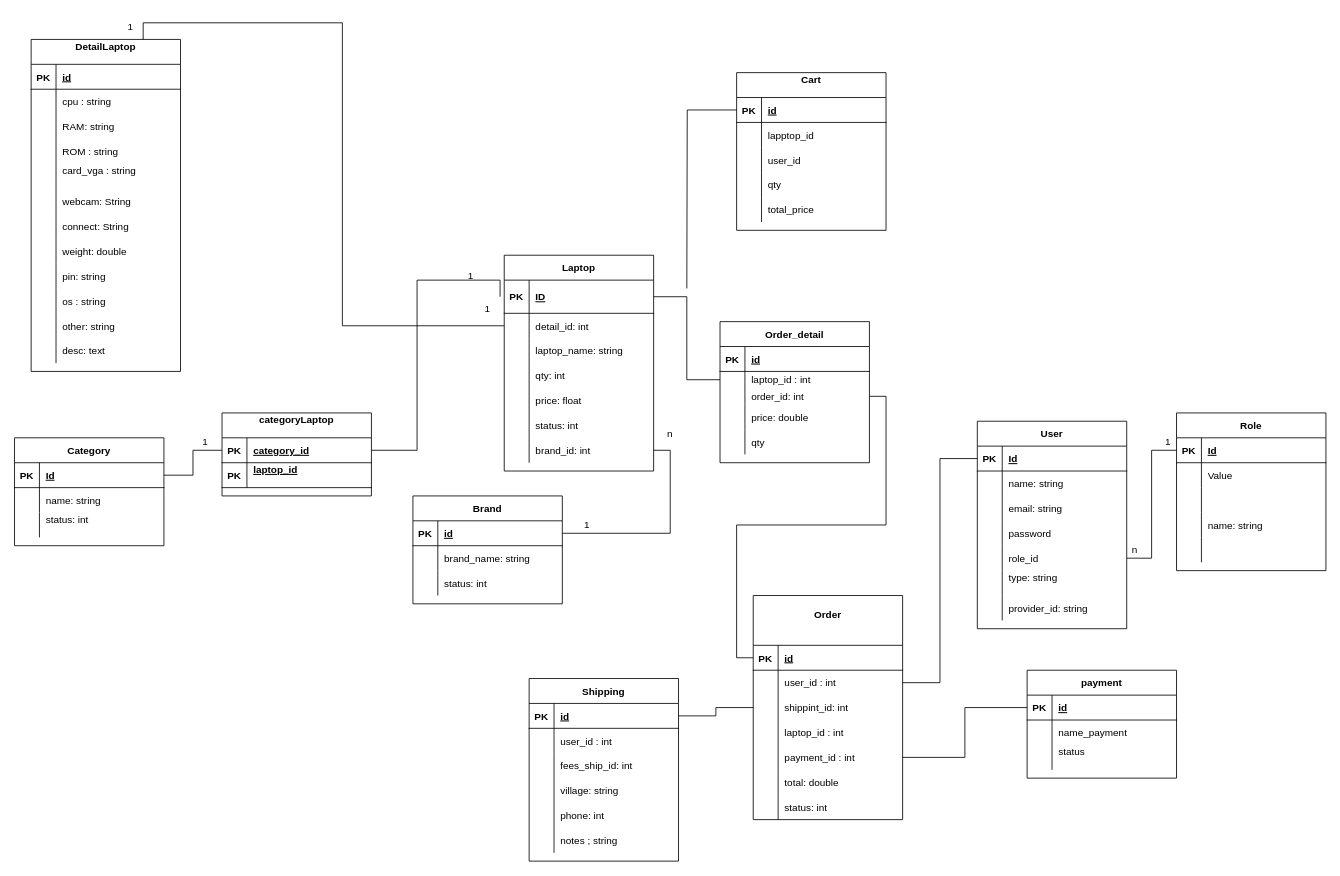
This is diagram_database.drawio from Hanh2k3/api-shopLaptop, a draw.io file, before an edit. Source tidied: cells renumbered, new cells numbered last; positions are measured from the earlier drawing's top-left corner, leaving out a move shared by most shapes. Both pictures are drawn from the tidied source at 83%, with x=0, y=0 at pixel (14, 14).
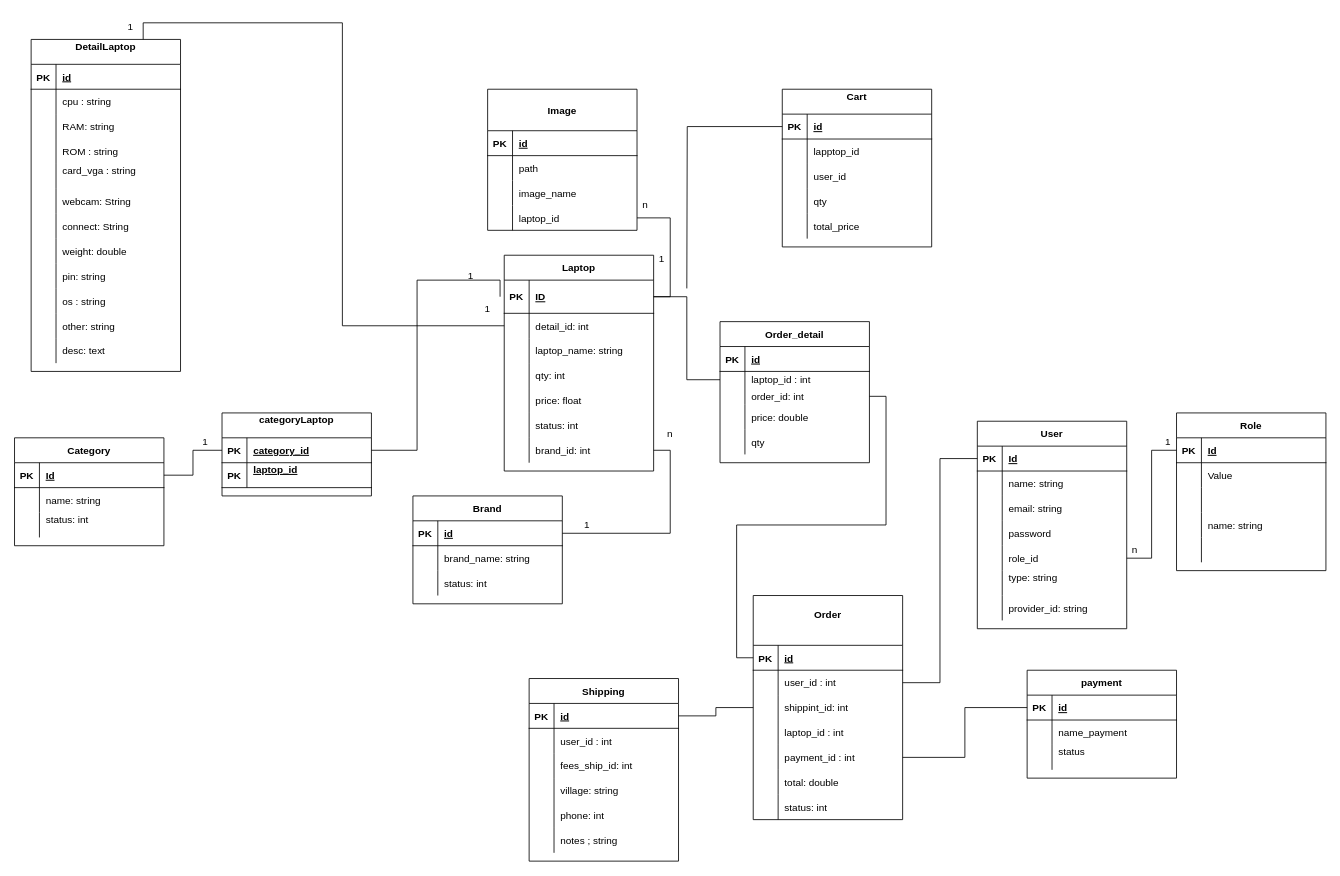
Above is the later version.

Unchanged cells that the change refers to:
```xml
<mxCell id="77" style="shape=partialRectangle;fillColor=none;top=0;left=0;bottom=1;right=0;points=[[0,0.5],[1,0.5]];portConstraint=eastwest;" parent="76" vertex="1">
  <mxGeometry y="30" width="180" height="40" as="geometry" />
</mxCell>
```

Change to the diagram source:
```diff
@@
     <mxCell id="40" value="Cart&#10;" style="shape=table;startSize=30;childLayout=tableLayout;rowLines=0;fontStyle=1;align=center;" parent="1" vertex="1">
-      <mxGeometry x="870" y="70" width="180" height="190" as="geometry" />
+      <mxGeometry x="925" y="90" width="180" height="190" as="geometry" />
     </mxCell>
@@
+    <mxCell id="228" value="Image" style="shape=table;startSize=50;childLayout=tableLayout;rowLines=0;fontStyle=1;align=center;" parent="1" vertex="1">
+      <mxGeometry x="570" y="90" width="180" height="170" as="geometry" />
+    </mxCell>
+    <mxCell id="229" style="shape=partialRectangle;fillColor=none;top=0;left=0;bottom=1;right=0;" parent="228" vertex="1">
+      <mxGeometry y="50" width="180" height="30" as="geometry" />
+    </mxCell>
+    <mxCell id="230" value="PK" style="shape=partialRectangle;fillColor=none;top=0;left=0;bottom=0;right=0;fontStyle=1;overflow=hidden;" parent="229" vertex="1">
+      <mxGeometry width="30" height="30" as="geometry" />
+    </mxCell>
+    <mxCell id="231" value="id" style="shape=partialRectangle;fillColor=none;top=0;left=0;bottom=0;right=0;align=left;spacingLeft=6;fontStyle=5;overflow=hidden;" parent="229" vertex="1">
+      <mxGeometry x="30" width="150" height="30" as="geometry" />
+    </mxCell>
+    <mxCell id="232" style="shape=partialRectangle;fillColor=none;top=0;left=0;bottom=0;right=0;" parent="228" vertex="1">
+      <mxGeometry y="80" width="180" height="30" as="geometry" />
+    </mxCell>
+    <mxCell id="233" style="shape=partialRectangle;fillColor=none;top=0;left=0;bottom=0;right=0;overflow=hidden;" parent="232" vertex="1">
+      <mxGeometry width="30" height="30" as="geometry" />
+    </mxCell>
+    <mxCell id="234" value="path" style="shape=partialRectangle;fillColor=none;top=0;left=0;bottom=0;right=0;align=left;spacingLeft=6;overflow=hidden;" parent="232" vertex="1">
+      <mxGeometry x="30" width="150" height="30" as="geometry" />
+    </mxCell>
+    <mxCell id="235" style="shape=partialRectangle;fillColor=none;top=0;left=0;bottom=0;right=0;" parent="228" vertex="1">
+      <mxGeometry y="110" width="180" height="30" as="geometry" />
+    </mxCell>
+    <mxCell id="236" style="shape=partialRectangle;fillColor=none;top=0;left=0;bottom=0;right=0;overflow=hidden;" parent="235" vertex="1">
+      <mxGeometry width="30" height="30" as="geometry" />
+    </mxCell>
+    <mxCell id="237" value="image_name" style="shape=partialRectangle;fillColor=none;top=0;left=0;bottom=0;right=0;align=left;spacingLeft=6;overflow=hidden;" parent="235" vertex="1">
+      <mxGeometry x="30" width="150" height="30" as="geometry" />
+    </mxCell>
+    <mxCell id="238" style="shape=partialRectangle;fillColor=none;top=0;left=0;bottom=0;right=0;points=[[0,0.5],[1,0.5]];portConstraint=eastwest;" parent="228" vertex="1">
+      <mxGeometry y="140" width="180" height="30" as="geometry" />
+    </mxCell>
+    <mxCell id="239" style="shape=partialRectangle;fillColor=none;top=0;left=0;bottom=0;right=0;overflow=hidden;" parent="238" vertex="1">
+      <mxGeometry width="30" height="30" as="geometry" />
+    </mxCell>
+    <mxCell id="240" value="laptop_id" style="shape=partialRectangle;fillColor=none;top=0;left=0;bottom=0;right=0;align=left;spacingLeft=6;overflow=hidden;" parent="238" vertex="1">
+      <mxGeometry x="30" width="150" height="30" as="geometry" />
+    </mxCell>
+    <mxCell id="241" style="edgeStyle=orthogonalEdgeStyle;rounded=0;jettySize=auto;html=1;exitX=1;exitY=0.5;exitDx=0;exitDy=0;entryX=1;entryY=0.5;entryDx=0;entryDy=0;endArrow=none;endFill=0;" parent="1" edge="1" source="77" target="238">
+      <mxGeometry relative="1" as="geometry" />
+    </mxCell>
+    <mxCell id="242" value="n" style="text;html=1;strokeColor=none;fillColor=none;align=center;verticalAlign=middle;whiteSpace=wrap;rounded=0;" parent="1" vertex="1">
+      <mxGeometry x="730" y="215" width="60" height="30" as="geometry" />
+    </mxCell>
+    <mxCell id="243" value="1" style="text;html=1;strokeColor=none;fillColor=none;align=center;verticalAlign=middle;whiteSpace=wrap;rounded=0;" parent="1" vertex="1">
+      <mxGeometry x="760" y="280" width="40" height="30" as="geometry" />
+    </mxCell>
```
